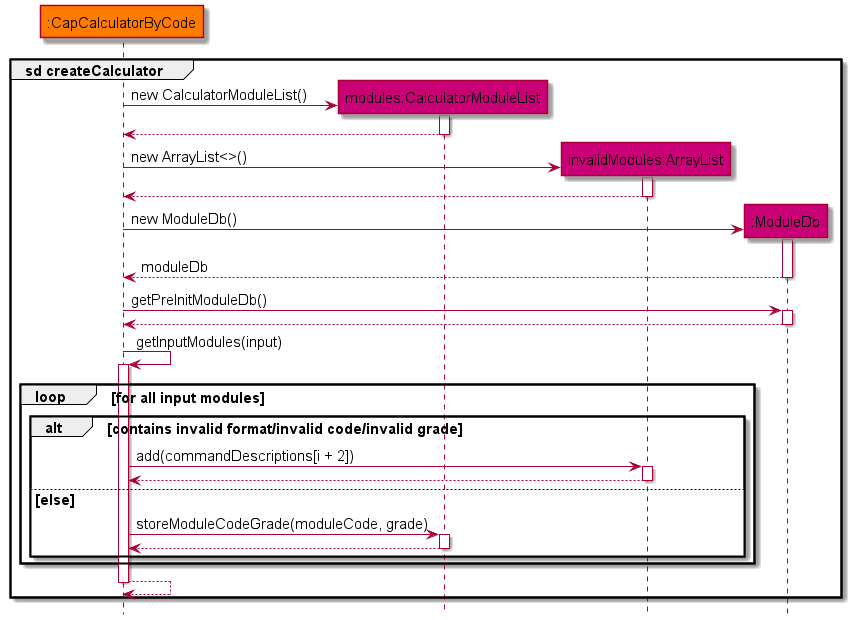
Before: docs/assets/images/capCodeSeq2.png, a diagram exported from PlantUML (shyamgj1900/tp).
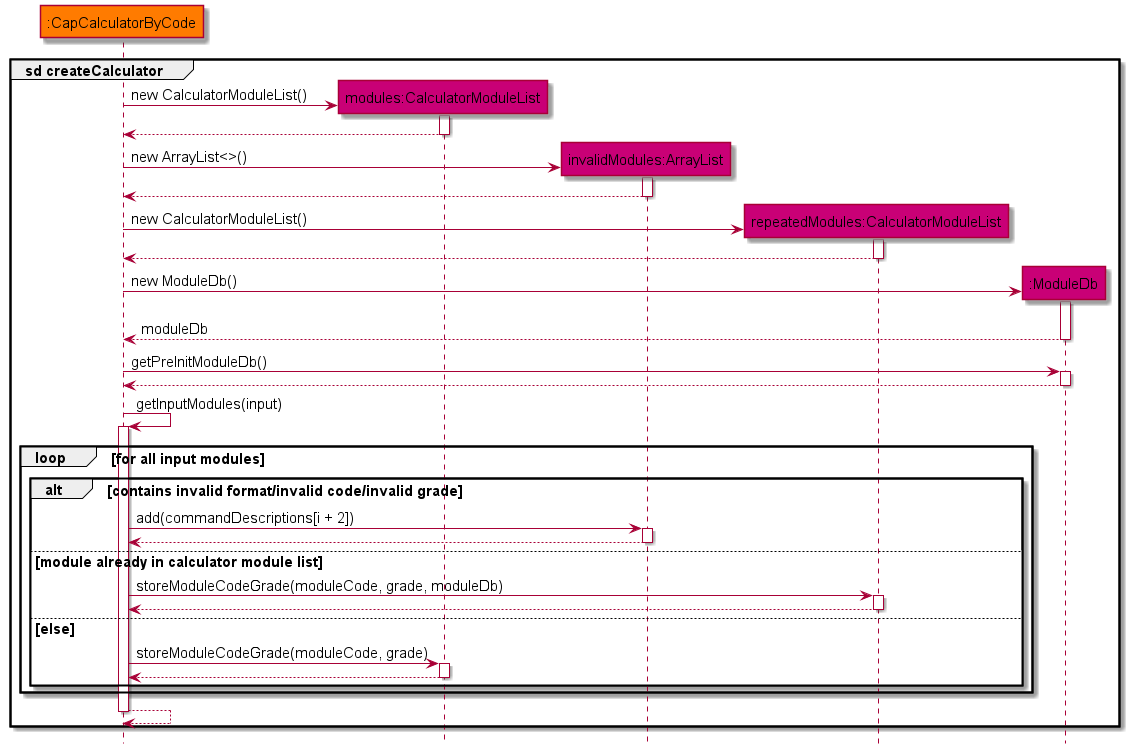
After the commit.

Commit message:
Handle repeated module code given to cap calculator

The edit, as a diff of the source:
```diff
@@ -7,6 +7,7 @@
 participant ":CapCalculatorByCode" as calculator CAPCALCULATOR_COLOR
 participant "modules:CalculatorModuleList" as modules MODULE_COLOR
 participant "invalidModules:ArrayList" as invalidModules MODULE_COLOR
+participant "repeatedModules:CalculatorModuleList" as repeatedModules MODULE_COLOR
 participant ":ModuleDb" as moduleDb MODULE_COLOR
 
 group sd createCalculator
@@ -24,6 +25,13 @@
 
 invalidModules --> calculator
 deactivate invalidModules
+
+create repeatedModules
+calculator -> repeatedModules : new CalculatorModuleList()
+activate repeatedModules
+
+repeatedModules --> calculator
+deactivate repeatedModules
 
 create moduleDb
 calculator -> moduleDb : new ModuleDb()
@@ -51,6 +59,14 @@
 invalidModules --> calculator
 deactivate invalidModules
 
+else module already in calculator module list
+
+calculator -> repeatedModules : storeModuleCodeGrade(moduleCode, grade, moduleDb)
+activate repeatedModules
+
+repeatedModules --> calculator
+deactivate repeatedModules
+
 else else
 calculator -> modules : storeModuleCodeGrade(moduleCode, grade)
 activate modules
```
